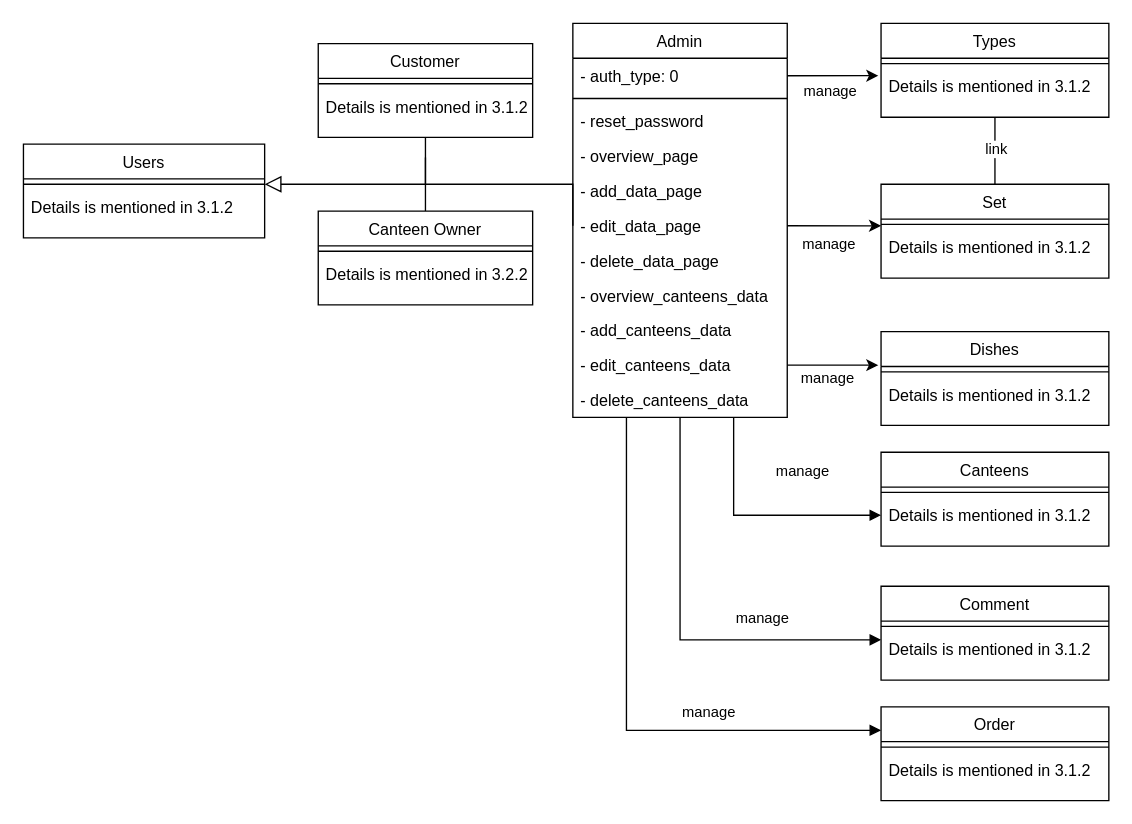
Before: Admin_ClassDiagram.drawio in pond-nj/UML-csci3100, a draw.io diagram. Source tidied: cells renumbered, new cells numbered last; positions are measured from the earlier drawing's top-left corner, leaving out a move shared by most shapes. Both pictures are drawn from the tidied source at 134%, with x=0, y=0 at pixel (23, 23).
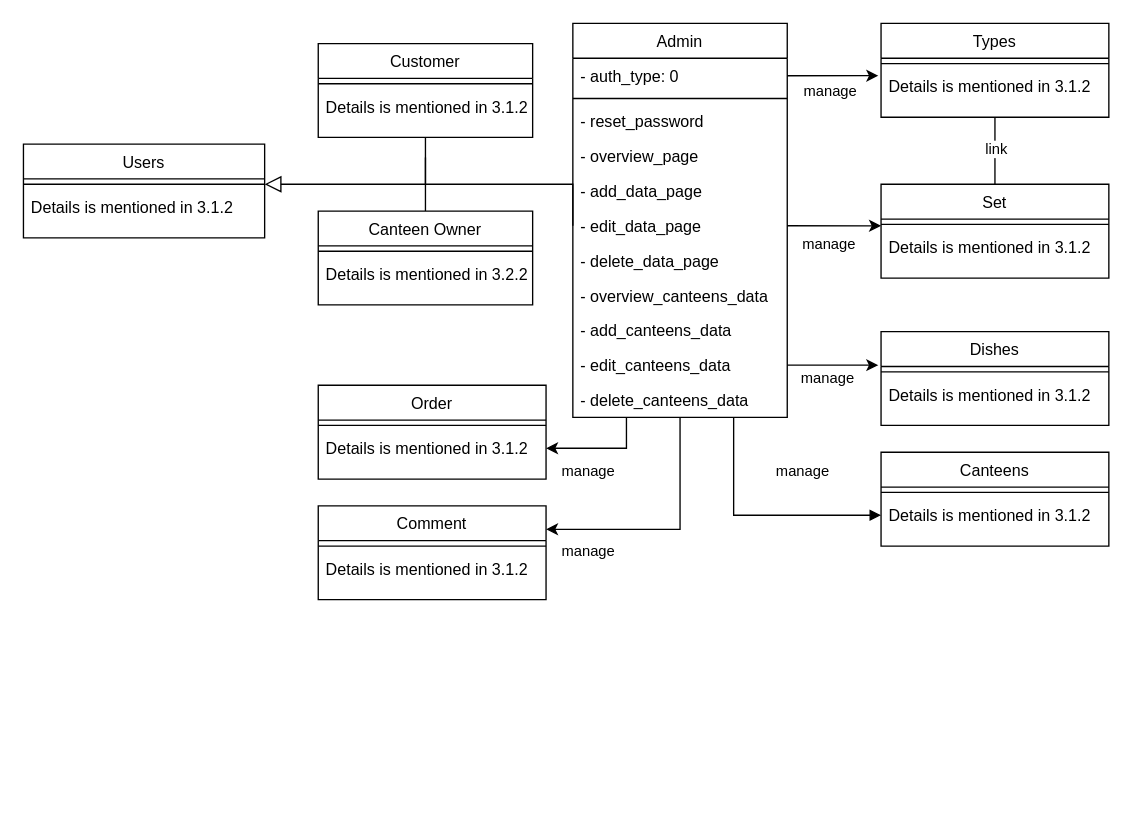
After the change.

Unchanged cells that the change refers to:
```xml
<mxCell id="17" value="Admin" style="swimlane;fontStyle=0;align=center;verticalAlign=top;horizontal=1;startSize=26;rounded=0;shadow=0;strokeWidth=1;" parent="1" vertex="1">
  <mxGeometry x="410" width="160" height="294" as="geometry" />
</mxCell>
<mxCell id="31" value="Details is mentioned in 3.1.2" style="text;align=left;verticalAlign=top;spacingLeft=4;spacingRight=4;overflow=hidden;points=[[0,0.5],[1,0.5]];portConstraint=eastwest;fontStyle=0;" parent="29" vertex="1">
  <mxGeometry y="34" width="170" height="26" as="geometry" />
</mxCell>
<mxCell id="34" value="Details is mentioned in 3.1.2" style="text;align=left;verticalAlign=top;spacingLeft=4;spacingRight=4;overflow=hidden;points=[[0,0.5],[1,0.5]];portConstraint=eastwest;fontStyle=0;" parent="32" vertex="1">
  <mxGeometry y="34" width="170" height="26" as="geometry" />
</mxCell>
```

Change to the diagram source:
```diff
@@
-    <mxCell id="15" style="edgeStyle=orthogonalEdgeStyle;rounded=0;jettySize=auto;html=1;exitX=0.5;exitY=1;exitDx=0;exitDy=0;entryX=0;entryY=0.231;entryDx=0;entryDy=0;entryPerimeter=0;startArrow=none;startFill=0;endArrow=block;endFill=1;" parent="1" edge="1" source="17" target="31">
-      <mxGeometry relative="1" as="geometry" />
-    </mxCell>
-    <mxCell id="16" style="edgeStyle=orthogonalEdgeStyle;rounded=0;jettySize=auto;html=1;exitX=0.25;exitY=1;exitDx=0;exitDy=0;entryX=0;entryY=0.25;entryDx=0;entryDy=0;startArrow=none;startFill=0;endArrow=block;endFill=1;" parent="1" edge="1" source="17" target="32">
-      <mxGeometry relative="1" as="geometry" />
-    </mxCell>
+    <mxCell id="58" style="edgeStyle=orthogonalEdgeStyle;rounded=0;jettySize=auto;html=1;exitX=0.25;exitY=1;exitDx=0;exitDy=0;entryX=1;entryY=0.5;entryDx=0;entryDy=0;" parent="1" edge="1" source="17" target="34">
+      <mxGeometry relative="1" as="geometry" />
+    </mxCell>
+    <mxCell id="59" style="edgeStyle=orthogonalEdgeStyle;rounded=0;jettySize=auto;html=1;exitX=0.5;exitY=1;exitDx=0;exitDy=0;entryX=1;entryY=0.25;entryDx=0;entryDy=0;" parent="1" edge="1" source="17" target="29">
+      <mxGeometry relative="1" as="geometry" />
+    </mxCell>
@@
     <mxCell id="29" value="Comment" style="swimlane;fontStyle=0;align=center;verticalAlign=top;horizontal=1;startSize=26;rounded=0;shadow=0;strokeWidth=1;" parent="1" vertex="1">
-      <mxGeometry x="640" y="420" width="170" height="70" as="geometry" />
+      <mxGeometry x="220" y="360" width="170" height="70" as="geometry" />
     </mxCell>
@@
     <mxCell id="32" value="Order" style="swimlane;fontStyle=0;align=center;verticalAlign=top;horizontal=1;startSize=26;rounded=0;shadow=0;strokeWidth=1;" parent="1" vertex="1">
-      <mxGeometry x="640" y="510" width="170" height="70" as="geometry" />
+      <mxGeometry x="220" y="270" width="170" height="70" as="geometry" />
     </mxCell>
@@
     <mxCell id="56" value="&lt;span style=&quot;color: rgb(0, 0, 0); font-family: helvetica; font-size: 11px; font-style: normal; font-weight: 400; letter-spacing: normal; text-align: center; text-indent: 0px; text-transform: none; word-spacing: 0px; background-color: rgb(255, 255, 255); display: inline; float: none;&quot;&gt;manage&lt;/span&gt;" style="text;whiteSpace=wrap;html=1;" parent="1" vertex="1">
-      <mxGeometry x="530" y="430" width="70" height="30" as="geometry" />
+      <mxGeometry x="400" y="320" width="70" height="30" as="geometry" />
     </mxCell>
     <mxCell id="57" value="&lt;span style=&quot;color: rgb(0, 0, 0); font-family: helvetica; font-size: 11px; font-style: normal; font-weight: 400; letter-spacing: normal; text-align: center; text-indent: 0px; text-transform: none; word-spacing: 0px; background-color: rgb(255, 255, 255); display: inline; float: none;&quot;&gt;manage&lt;/span&gt;" style="text;whiteSpace=wrap;html=1;" parent="1" vertex="1">
-      <mxGeometry x="490" y="500" width="70" height="30" as="geometry" />
+      <mxGeometry x="400" y="380" width="70" height="30" as="geometry" />
     </mxCell>
```
